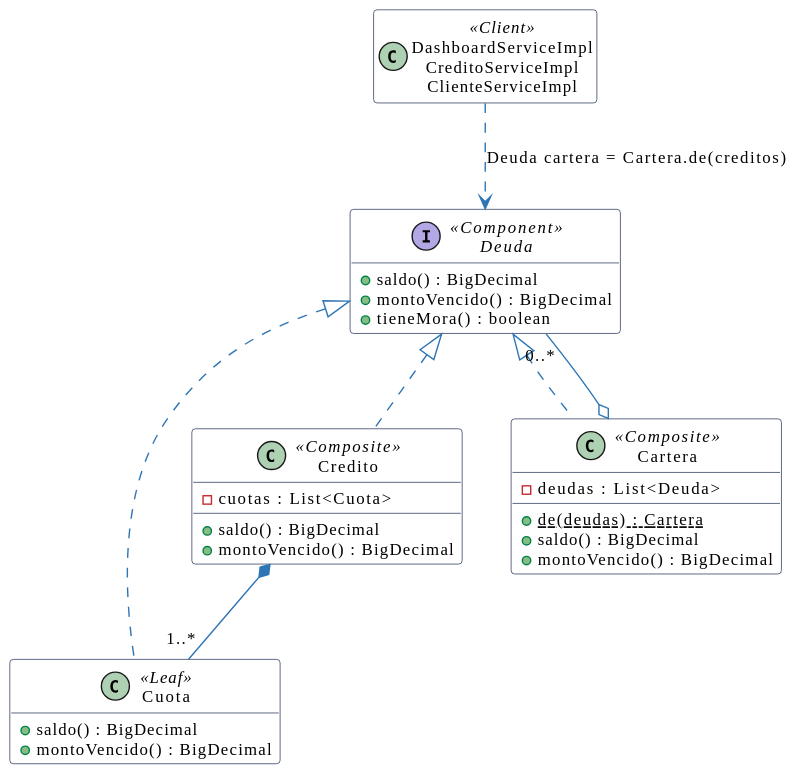
This is docs/reporte/puml/composite-despues.svg from andreiveisuade/TPO-ProcesoDesarrolloSoftware-V4, a PlantUML export, as it was before one commit. Its source is kept beside it as docs/reporte/puml/composite-despues.puml.
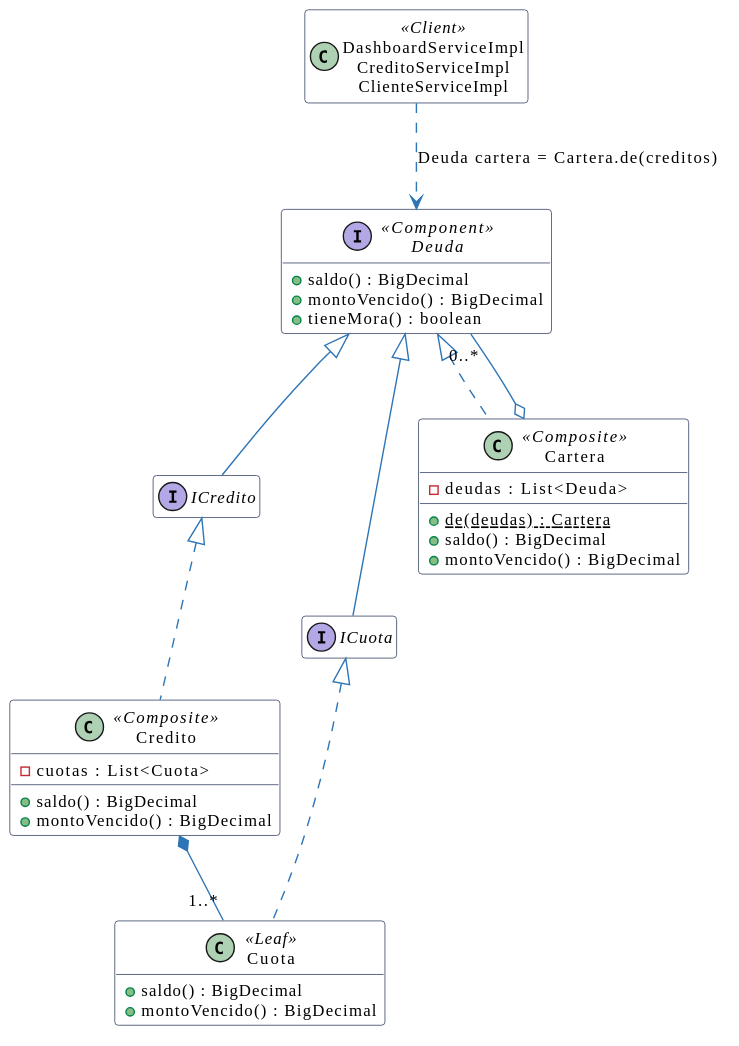
After the commit.

Change to the diagram source:
```diff
@@ -14,6 +14,8 @@
   +montoVencido() : BigDecimal
   +tieneMora() : boolean
 }
+interface ICredito
+interface ICuota
 class Cuota <<Leaf>> {
   +saldo() : BigDecimal
   +montoVencido() : BigDecimal
@@ -30,8 +32,10 @@
   +montoVencido() : BigDecimal
 }
 class "DashboardServiceImpl\nCreditoServiceImpl\nClienteServiceImpl" as Clientes <<Client>>
-Deuda <|.. Cuota
-Deuda <|.. Credito
+Deuda <|-- ICuota
+ICuota <|.. Cuota
+Deuda <|-- ICredito
+ICredito <|.. Credito
 Deuda <|.. Cartera
 Credito *-- "1..*" Cuota
 Cartera o-- "0..*" Deuda
```
